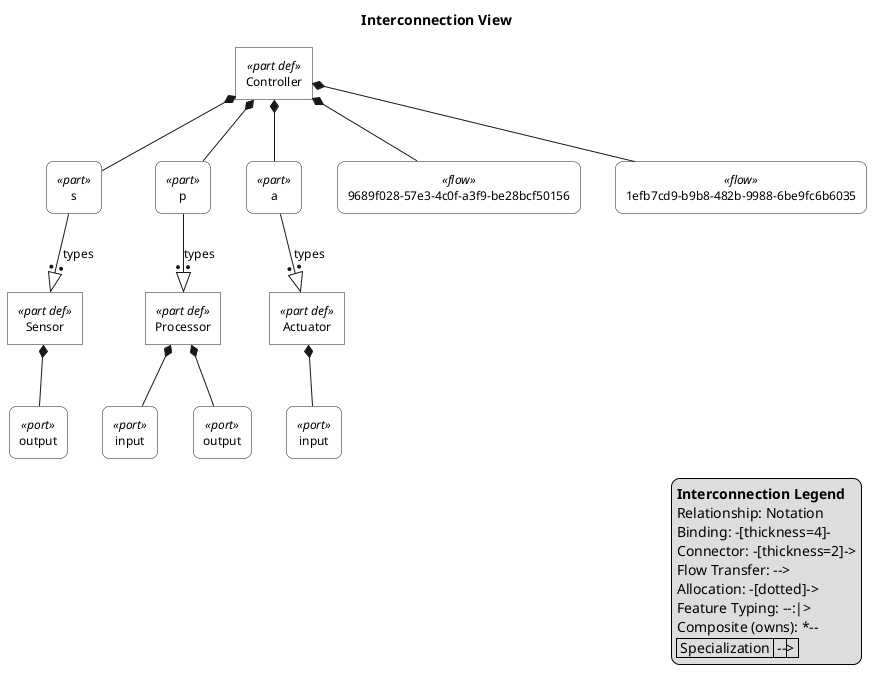
The PlantUML diagram plantuml-examples/06-interconnection.png in mycr0ft/sysmlpy, before a commit.
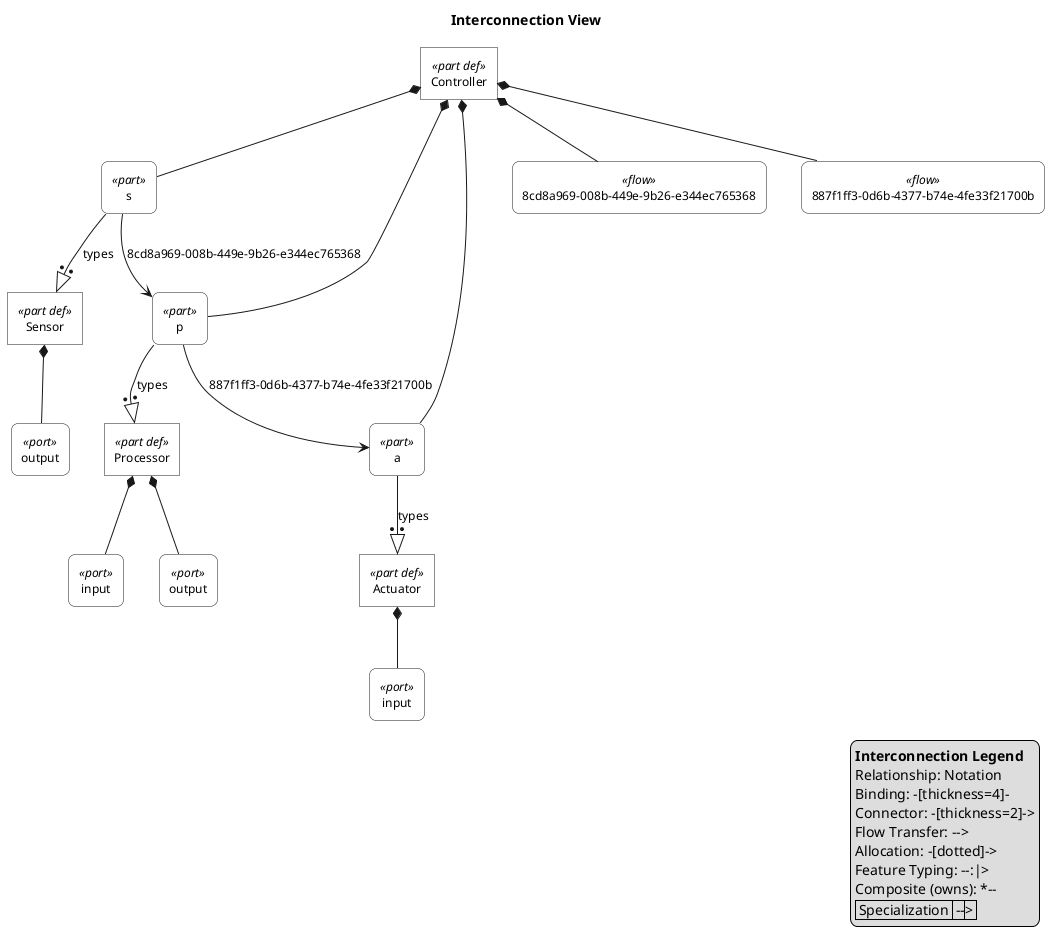
Later version of the same file.

The edit, as a diff of the source:
```diff
@@ -79,8 +79,8 @@
 rectangle "s" as E9 <<part>>
 rectangle "p" as E10 <<part>>
 rectangle "a" as E11 <<part>>
-rectangle "9689f028-57e3-4c0f-a3f9-be28bcf50156" as E12 <<flow>>
-rectangle "1efb7cd9-b9b8-482b-9988-6be9fc6b6035" as E13 <<flow>>
+rectangle "8cd8a969-008b-449e-9b26-e344ec765368" as E12 <<flow>>
+rectangle "887f1ff3-0d6b-4377-b74e-4fe33f21700b" as E13 <<flow>>
 
 E1 *-- E2
 E3 *-- E4
@@ -95,6 +95,8 @@
 E8 *-- E12
 E8 *-- E13
 
+E9 --> E10 : 8cd8a969-008b-449e-9b26-e344ec765368
+E10 --> E11 : 887f1ff3-0d6b-4377-b74e-4fe33f21700b
 
 legend right
   <b>Interconnection Legend</b>
```
